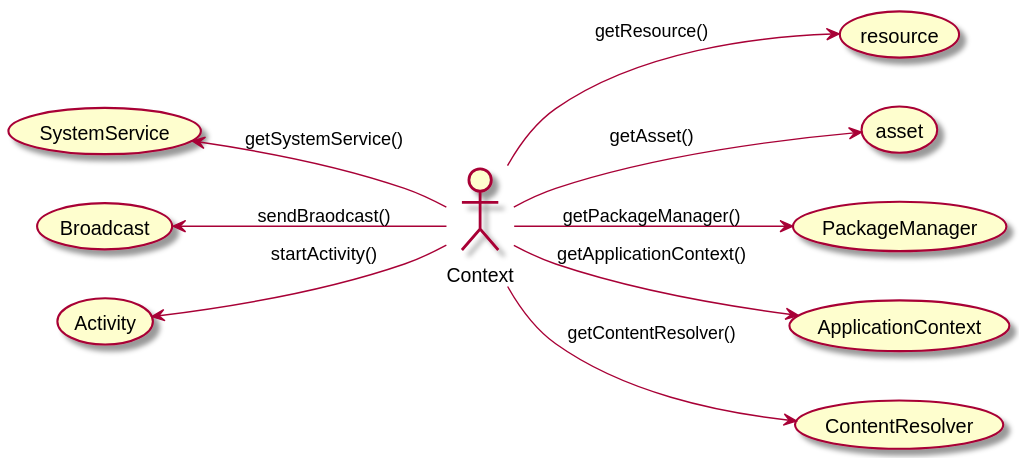
This is DLProjects/Android Context Notes/UML/ContextUsercase.svg from zhijianz/DevelopNotes, a PlantUML export, as it was before one commit. Its source is kept beside it as DLProjects/Android Context Notes/UML/ContextUsercase.pu.
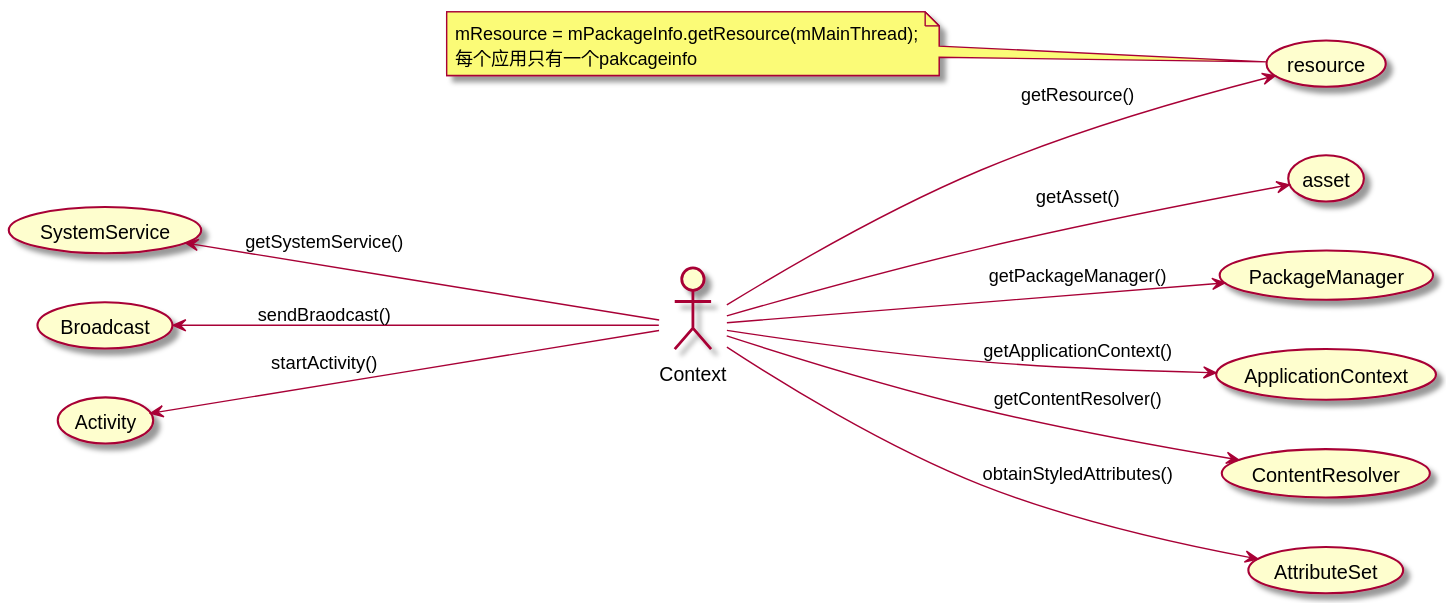
The same file after the commit.

Change to the diagram source:
```diff
@@ -4,10 +4,15 @@
 
 left to right direction
 ctx --> (resource) : getResource()
+note left
+mResource = mPackageInfo.getResource(mMainThread);
+每个应用只有一个pakcageinfo
+end note
 ctx --> (asset) : getAsset()
 ctx --> (PackageManager) : getPackageManager()
 ctx --> (ApplicationContext) : getApplicationContext()
 ctx --> (ContentResolver) : getContentResolver()
+ctx --> (AttributeSet) : obtainStyledAttributes()
 
 (SystemService) <-- ctx : getSystemService()
 (Broadcast) <-- ctx : sendBraodcast()
```
